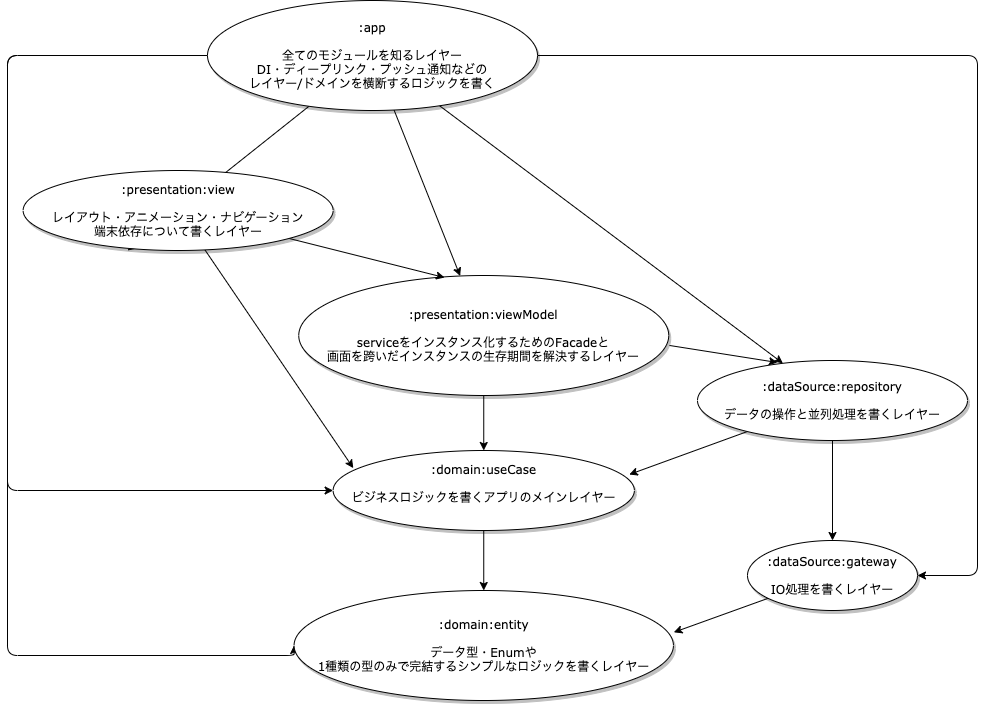
Earlier version of the draw.io export document/ArchitectureDiagram.png (narumichi0710/AndroidArchitectureTemplate). Source tidied: cells renumbered, new cells last; positions are measured from the earlier drawing's top-left corner, leaving out a move shared by most shapes.
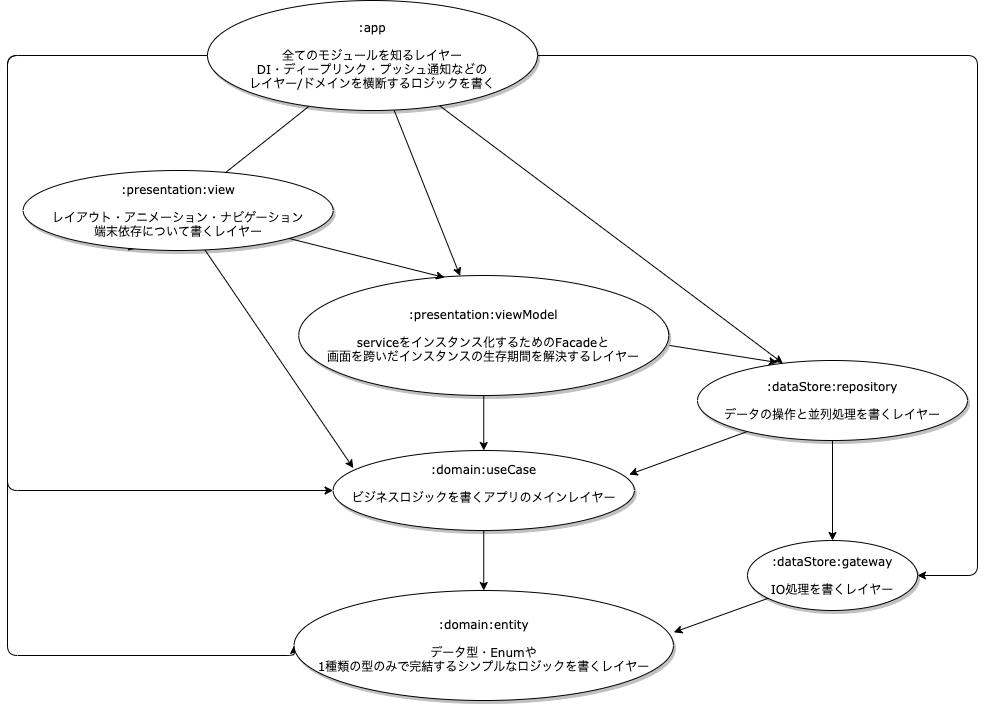
After the change.

Commit message:
アーキテクチャ図のモジュール名に間違いがあったため修正

What changed in the source:
```diff
@@ -53,13 +53,13 @@
     <mxCell id="13" style="edgeStyle=none;rounded=1;jettySize=auto;html=1;" parent="1" edge="1" source="14" target="16">
       <mxGeometry relative="1" as="geometry" />
     </mxCell>
-    <mxCell id="14" value=":dataSource:repository&lt;br&gt;&lt;br&gt;データの操作と並列処理を書くレイヤー" style="ellipse;whiteSpace=wrap;html=1;rounded=0;shadow=1;comic=0;labelBackgroundColor=none;strokeWidth=1;fontFamily=Verdana;fontSize=12;align=center;" parent="1" vertex="1">
+    <mxCell id="14" value=":dataStore:repository&lt;br&gt;&lt;br&gt;データの操作と並列処理を書くレイヤー" style="ellipse;whiteSpace=wrap;html=1;rounded=0;shadow=1;comic=0;labelBackgroundColor=none;strokeWidth=1;fontFamily=Verdana;fontSize=12;align=center;" parent="1" vertex="1">
       <mxGeometry x="690" y="360" width="270" height="80" as="geometry" />
     </mxCell>
     <mxCell id="15" style="edgeStyle=none;rounded=1;jettySize=auto;html=1;entryX=1.001;entryY=0.38;entryDx=0;entryDy=0;entryPerimeter=0;" parent="1" edge="1" source="16" target="19">
       <mxGeometry relative="1" as="geometry" />
     </mxCell>
-    <mxCell id="16" value=":dataSource:gateway&lt;br&gt;&lt;br&gt;IO処理を書くレイヤー" style="ellipse;whiteSpace=wrap;html=1;rounded=0;shadow=1;comic=0;labelBackgroundColor=none;strokeWidth=1;fontFamily=Verdana;fontSize=12;align=center;" parent="1" vertex="1">
+    <mxCell id="16" value=":dataStore:gateway&lt;br&gt;&lt;br&gt;IO処理を書くレイヤー" style="ellipse;whiteSpace=wrap;html=1;rounded=0;shadow=1;comic=0;labelBackgroundColor=none;strokeWidth=1;fontFamily=Verdana;fontSize=12;align=center;" parent="1" vertex="1">
       <mxGeometry x="740" y="540" width="170" height="70" as="geometry" />
     </mxCell>
     <mxCell id="17" style="edgeStyle=none;rounded=1;jettySize=auto;html=1;entryX=0.5;entryY=0;entryDx=0;entryDy=0;" parent="1" edge="1" source="18" target="19">
```
